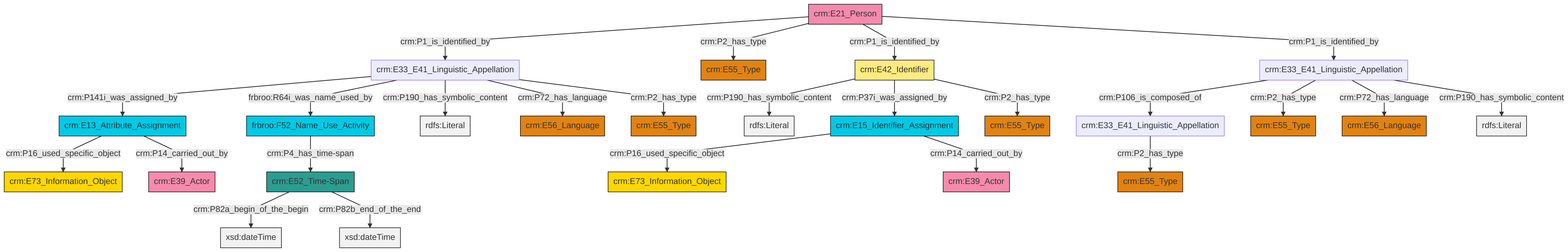
swiss-art-research-net/docs.swissartresearch keeps this Mermaid diagram as et/personCSV/ttl/mmd/png/Person_Names_and_Classification.png. Above is the earlier version. Its source is kept beside it as et/personCSV/ttl/mmd/Person_Names_and_Classification.ttl.mmd.
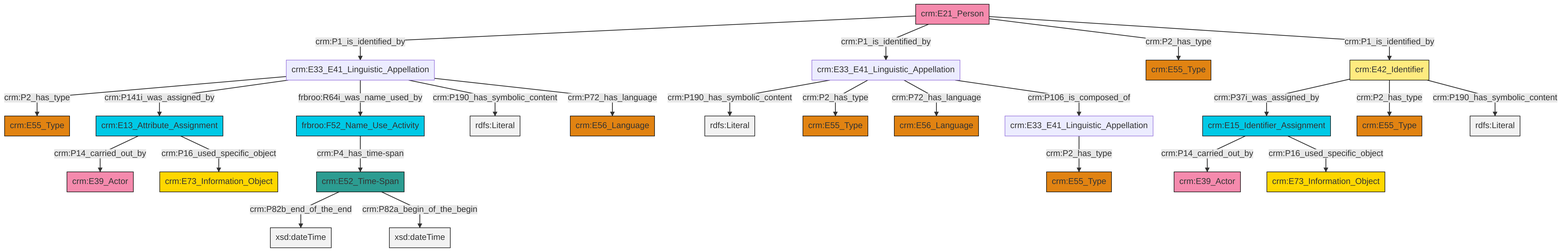
After the change.

Change to the diagram source:
```diff
@@ -13,27 +13,27 @@
 classDef PC_Classes fill:#4ce600, stroke:#000000;
 classDef Multi fill:#cccccc,stroke:#000000;
 
-0["crm:E21_Person"]:::Actor -->|crm:P1_is_identified_by| 1["crm:E33_E41_Linguistic_Appellation"]:::Default
-6["crm:E42_Identifier"]:::Appellation -->|crm:P190_has_symbolic_content| 7[rdfs:Literal]:::Literal
-0["crm:E21_Person"]:::Actor -->|crm:P2_has_type| 10["crm:E55_Type"]:::Type
-0["crm:E21_Person"]:::Actor -->|crm:P1_is_identified_by| 6["crm:E42_Identifier"]:::Appellation
-1["crm:E33_E41_Linguistic_Appellation"]:::Default -->|crm:P141i_was_assigned_by| 11["crm:E13_Attribute_Assignment"]:::Temporal_Entity
-12["crm:E33_E41_Linguistic_Appellation"]:::Default -->|crm:P106_is_composed_of| 13["crm:E33_E41_Linguistic_Appellation"]:::Default
-12["crm:E33_E41_Linguistic_Appellation"]:::Default -->|crm:P2_has_type| 15["crm:E55_Type"]:::Type
-1["crm:E33_E41_Linguistic_Appellation"]:::Default -->|frbroo:R64i_was_name_used_by| 8["frbroo:F52_Name_Use_Activity"]:::Temporal_Entity
-12["crm:E33_E41_Linguistic_Appellation"]:::Default -->|crm:P72_has_language| 20["crm:E56_Language"]:::Type
-2["crm:E52_Time-Span"]:::Time-Span -->|crm:P82a_begin_of_the_begin| 22[xsd:dateTime]:::Literal
-0["crm:E21_Person"]:::Actor -->|crm:P1_is_identified_by| 12["crm:E33_E41_Linguistic_Appellation"]:::Default
-23["crm:E15_Identifier_Assignment"]:::Temporal_Entity -->|crm:P16_used_specific_object| 24["crm:E73_Information_Object"]:::Conceptual_Object
-23["crm:E15_Identifier_Assignment"]:::Temporal_Entity -->|crm:P14_carried_out_by| 4["crm:E39_Actor"]:::Actor
-1["crm:E33_E41_Linguistic_Appellation"]:::Default -->|crm:P190_has_symbolic_content| 25[rdfs:Literal]:::Literal
-13["crm:E33_E41_Linguistic_Appellation"]:::Default -->|crm:P2_has_type| 26["crm:E55_Type"]:::Type
-6["crm:E42_Identifier"]:::Appellation -->|crm:P37i_was_assigned_by| 23["crm:E15_Identifier_Assignment"]:::Temporal_Entity
-11["crm:E13_Attribute_Assignment"]:::Temporal_Entity -->|crm:P16_used_specific_object| 34["crm:E73_Information_Object"]:::Conceptual_Object
-6["crm:E42_Identifier"]:::Appellation -->|crm:P2_has_type| 28["crm:E55_Type"]:::Type
-1["crm:E33_E41_Linguistic_Appellation"]:::Default -->|crm:P72_has_language| 18["crm:E56_Language"]:::Type
-2["crm:E52_Time-Span"]:::Time-Span -->|crm:P82b_end_of_the_end| 38[xsd:dateTime]:::Literal
-1["crm:E33_E41_Linguistic_Appellation"]:::Default -->|crm:P2_has_type| 40["crm:E55_Type"]:::Type
-11["crm:E13_Attribute_Assignment"]:::Temporal_Entity -->|crm:P14_carried_out_by| 31["crm:E39_Actor"]:::Actor
-8["frbroo:F52_Name_Use_Activity"]:::Temporal_Entity -->|crm:P4_has_time-span| 2["crm:E52_Time-Span"]:::Time-Span
-12["crm:E33_E41_Linguistic_Appellation"]:::Default -->|crm:P190_has_symbolic_content| 45[rdfs:Literal]:::Literal
+0["crm:E52_Time-Span"]:::Time-Span -->|crm:P82b_end_of_the_end| 1[xsd:dateTime]:::Literal
+2["crm:E33_E41_Linguistic_Appellation"]:::Default -->|crm:P190_has_symbolic_content| 3[rdfs:Literal]:::Literal
+5["crm:E13_Attribute_Assignment"]:::Temporal_Entity -->|crm:P14_carried_out_by| 6["crm:E39_Actor"]:::Actor
+14["crm:E33_E41_Linguistic_Appellation"]:::Default -->|crm:P2_has_type| 15["crm:E55_Type"]:::Type
+14["crm:E33_E41_Linguistic_Appellation"]:::Default -->|crm:P141i_was_assigned_by| 5["crm:E13_Attribute_Assignment"]:::Temporal_Entity
+7["crm:E21_Person"]:::Actor -->|crm:P1_is_identified_by| 14["crm:E33_E41_Linguistic_Appellation"]:::Default
+14["crm:E33_E41_Linguistic_Appellation"]:::Default -->|frbroo:R64i_was_name_used_by| 17["frbroo:F52_Name_Use_Activity"]:::Temporal_Entity
+20["crm:E42_Identifier"]:::Appellation -->|crm:P37i_was_assigned_by| 18["crm:E15_Identifier_Assignment"]:::Temporal_Entity
+2["crm:E33_E41_Linguistic_Appellation"]:::Default -->|crm:P2_has_type| 21["crm:E55_Type"]:::Type
+7["crm:E21_Person"]:::Actor -->|crm:P1_is_identified_by| 2["crm:E33_E41_Linguistic_Appellation"]:::Default
+2["crm:E33_E41_Linguistic_Appellation"]:::Default -->|crm:P72_has_language| 23["crm:E56_Language"]:::Type
+7["crm:E21_Person"]:::Actor -->|crm:P2_has_type| 27["crm:E55_Type"]:::Type
+0["crm:E52_Time-Span"]:::Time-Span -->|crm:P82a_begin_of_the_begin| 28[xsd:dateTime]:::Literal
+18["crm:E15_Identifier_Assignment"]:::Temporal_Entity -->|crm:P14_carried_out_by| 12["crm:E39_Actor"]:::Actor
+20["crm:E42_Identifier"]:::Appellation -->|crm:P2_has_type| 35["crm:E55_Type"]:::Type
+32["crm:E33_E41_Linguistic_Appellation"]:::Default -->|crm:P2_has_type| 29["crm:E55_Type"]:::Type
+2["crm:E33_E41_Linguistic_Appellation"]:::Default -->|crm:P106_is_composed_of| 32["crm:E33_E41_Linguistic_Appellation"]:::Default
+17["frbroo:F52_Name_Use_Activity"]:::Temporal_Entity -->|crm:P4_has_time-span| 0["crm:E52_Time-Span"]:::Time-Span
+5["crm:E13_Attribute_Assignment"]:::Temporal_Entity -->|crm:P16_used_specific_object| 41["crm:E73_Information_Object"]:::Conceptual_Object
+18["crm:E15_Identifier_Assignment"]:::Temporal_Entity -->|crm:P16_used_specific_object| 25["crm:E73_Information_Object"]:::Conceptual_Object
+7["crm:E21_Person"]:::Actor -->|crm:P1_is_identified_by| 20["crm:E42_Identifier"]:::Appellation
+14["crm:E33_E41_Linguistic_Appellation"]:::Default -->|crm:P190_has_symbolic_content| 45[rdfs:Literal]:::Literal
+14["crm:E33_E41_Linguistic_Appellation"]:::Default -->|crm:P72_has_language| 9["crm:E56_Language"]:::Type
+20["crm:E42_Identifier"]:::Appellation -->|crm:P190_has_symbolic_content| 46[rdfs:Literal]:::Literal
```
